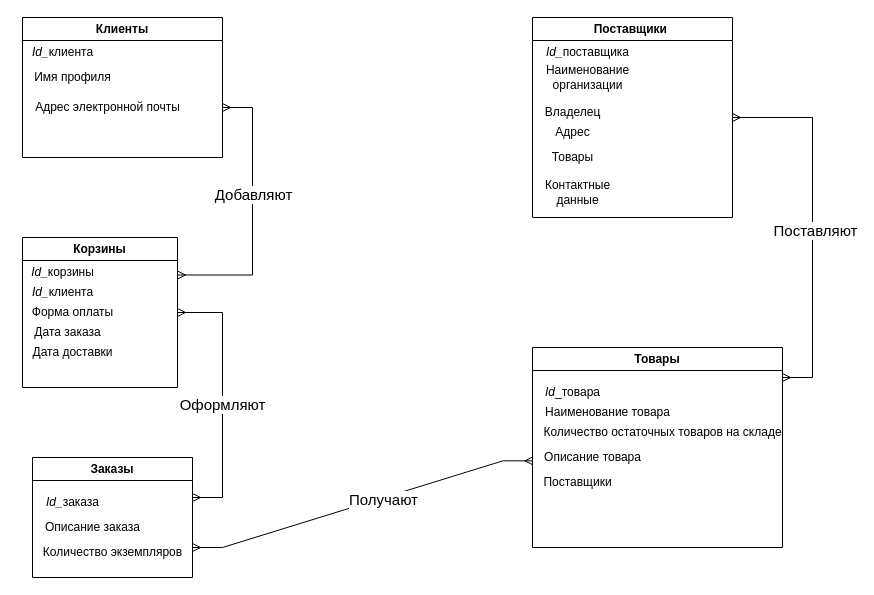
Weintag/Database keeps this draw.io diagram as ER-модель.drawio. Above is the earlier version. Source tidied: cells renumbered, new cells numbered last; positions are measured from the earlier drawing's top-left corner, leaving out a move shared by most shapes. Both pictures are drawn from the tidied source at 100%, with x=0, y=0 at pixel (17, 17).
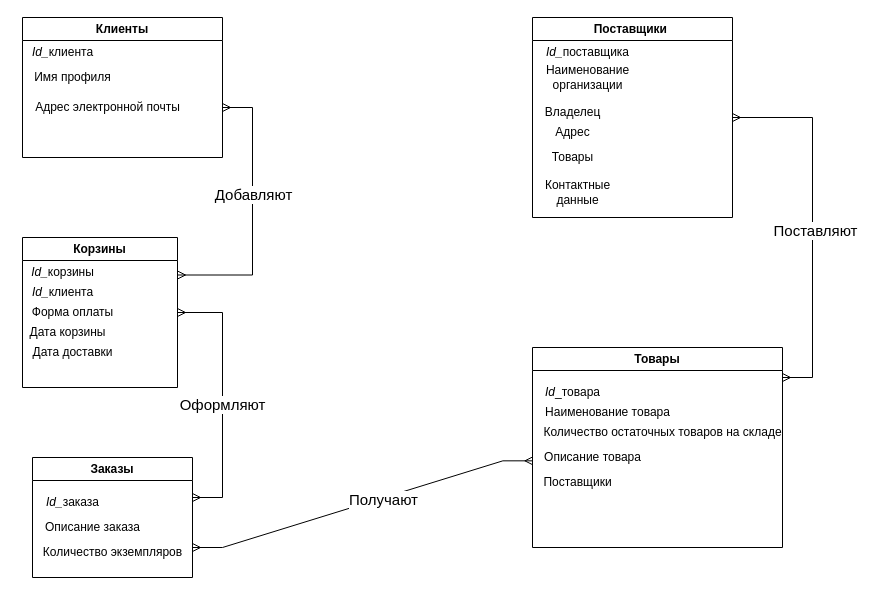
The same page after the edit.

Unchanged cells that the change refers to:
```xml
<mxCell id="20" value="Корзины" style="swimlane;whiteSpace=wrap;html=1;" parent="1" vertex="1">
  <mxGeometry x="5" y="220" width="155" height="150" as="geometry" />
</mxCell>
```

What changed in the source:
```diff
@@
-    <mxCell id="24" value="Дата заказа" style="text;html=1;align=center;verticalAlign=middle;strokeColor=none;fillColor=none;" parent="20" vertex="1">
-      <mxGeometry y="80" width="90" height="30" as="geometry" />
+    <mxCell id="24" value="Дата корзины" style="text;html=1;align=center;verticalAlign=middle;strokeColor=none;fillColor=none;" parent="20" vertex="1">
+      <mxGeometry x="-5" y="80" width="100" height="30" as="geometry" />
     </mxCell>
```
